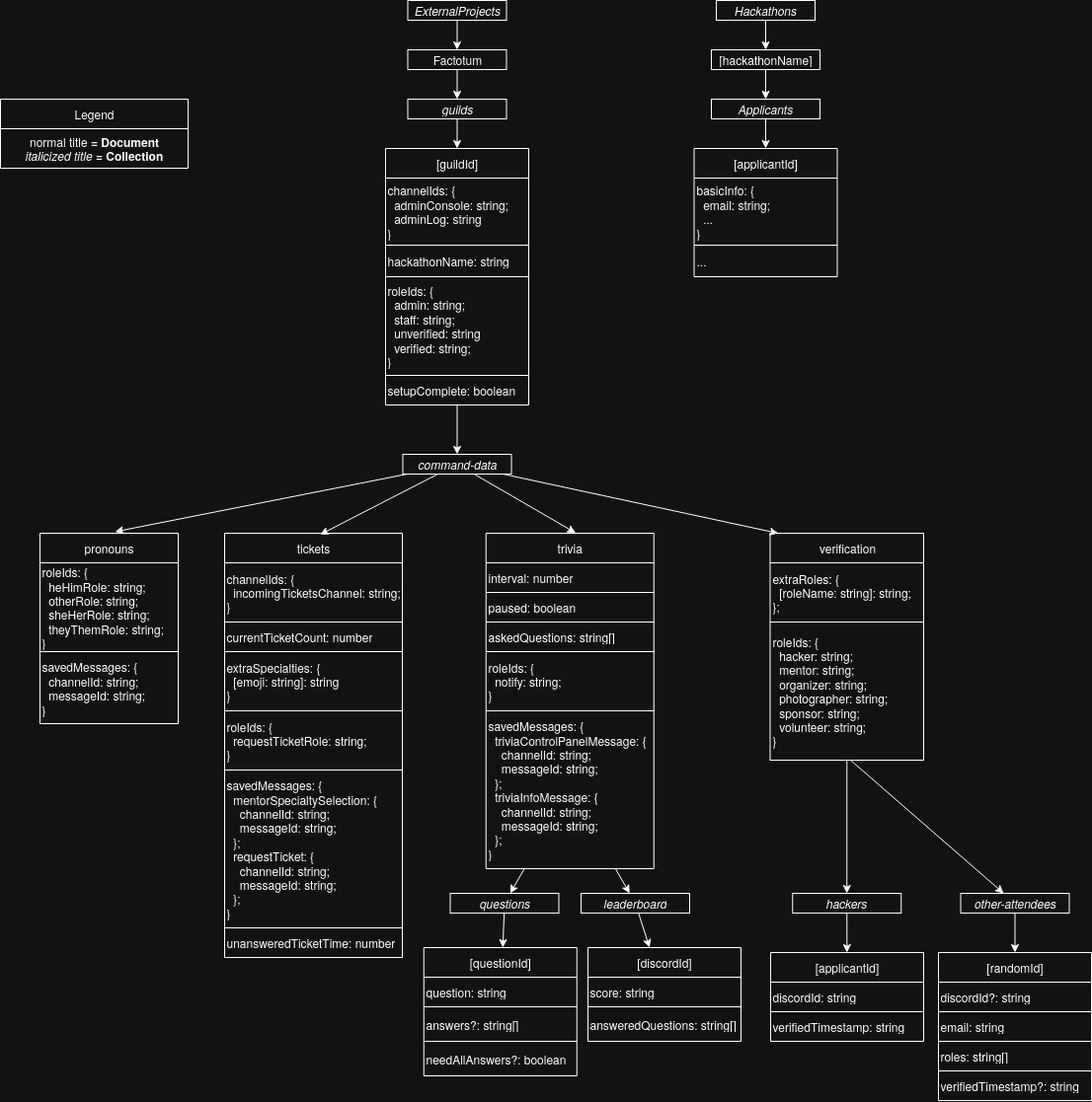
Above: SCHEMA.png in nwplus/Factotum (draw.io), before the change. Source tidied: cells renumbered, new cells last; positions are measured from the earlier drawing's top-left corner, leaving out a move shared by most shapes.
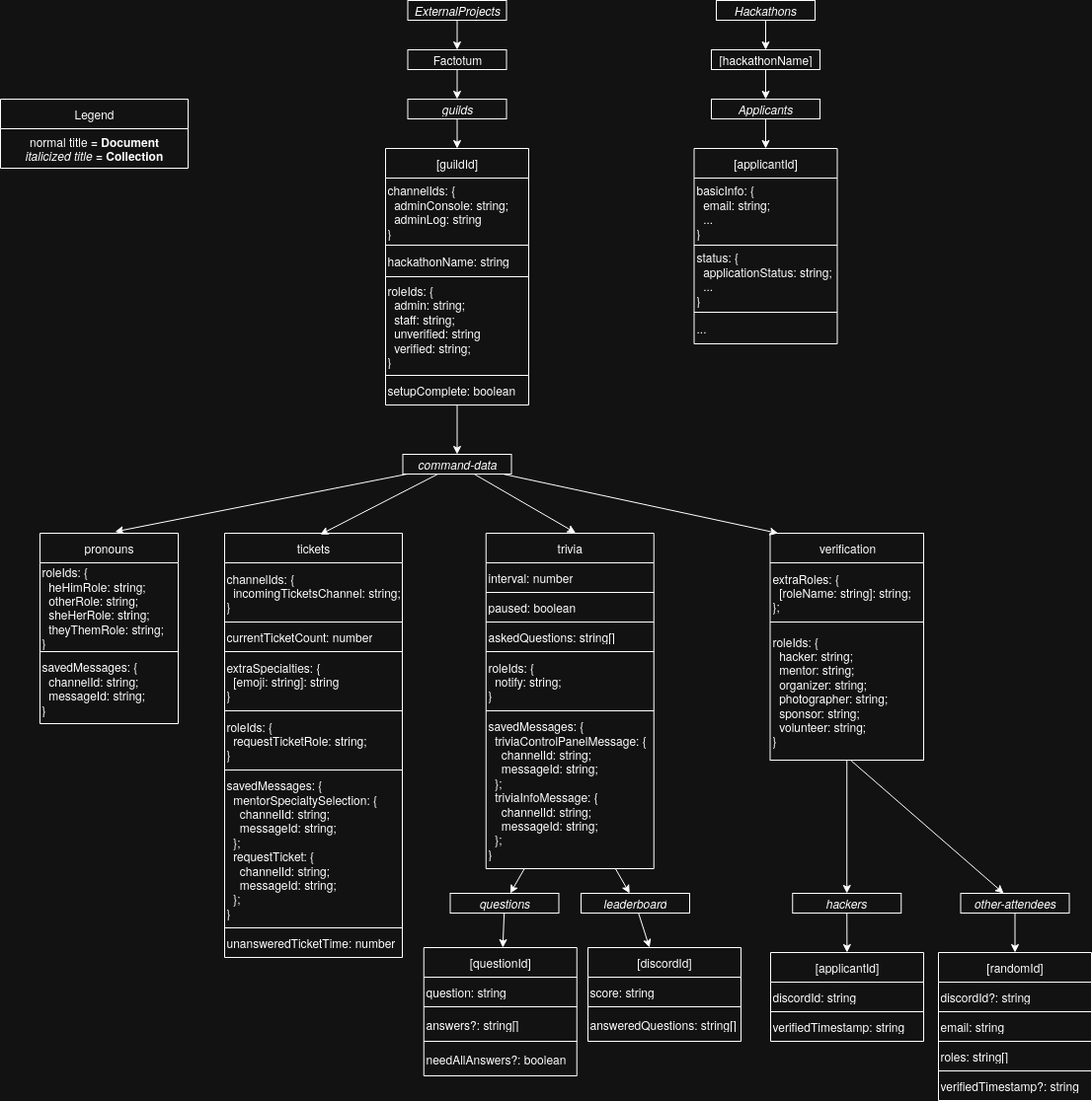
After the change.

Commit message:
Update schema diagram

What changed in the source:
```diff
@@ -378,7 +378,7 @@
       <mxGeometry relative="1" as="geometry" />
     </mxCell>
     <mxCell id="127" value="[applicantId]" style="shape=table;startSize=30;fontStyle=0;" parent="1" vertex="1">
-      <mxGeometry x="702.5" y="150" width="145" height="130" as="geometry" />
+      <mxGeometry x="702.5" y="150" width="145" height="198" as="geometry" />
     </mxCell>
     <mxCell id="128" style="shape=tableRow;horizontal=0;startSize=0;swimlaneHead=0;swimlaneBody=0;strokeColor=inherit;top=0;left=0;bottom=0;right=0;fillColor=none;" parent="127" vertex="1">
       <mxGeometry y="30" width="145" height="68" as="geometry" />
@@ -386,8 +386,14 @@
     <mxCell id="129" value="&lt;div&gt;basicInfo: {&lt;/div&gt;&lt;div&gt;&amp;nbsp; email: string;&lt;/div&gt;&lt;div&gt;&amp;nbsp; ...&lt;/div&gt;&lt;div&gt;}&lt;/div&gt;" style="shape=partialRectangle;html=1;whiteSpace=wrap;strokeColor=inherit;overflow=hidden;fillColor=none;top=0;left=0;bottom=0;right=0;align=left;" parent="128" vertex="1">
       <mxGeometry width="145" height="68" as="geometry" />
     </mxCell>
+    <mxCell id="133" style="shape=tableRow;horizontal=0;startSize=0;swimlaneHead=0;swimlaneBody=0;strokeColor=inherit;top=0;left=0;bottom=0;right=0;fillColor=none;" parent="127" vertex="1">
+      <mxGeometry y="98" width="145" height="68" as="geometry" />
+    </mxCell>
+    <mxCell id="134" value="&lt;div&gt;status: {&lt;/div&gt;&lt;div&gt;&amp;nbsp; applicationStatus: string;&lt;/div&gt;&lt;div&gt;&amp;nbsp; ...&lt;/div&gt;&lt;div&gt;}&lt;/div&gt;" style="shape=partialRectangle;html=1;whiteSpace=wrap;strokeColor=inherit;overflow=hidden;fillColor=none;top=0;left=0;bottom=0;right=0;align=left;" parent="133" vertex="1">
+      <mxGeometry width="145" height="68" as="geometry" />
+    </mxCell>
     <mxCell id="130" style="shape=tableRow;horizontal=0;startSize=0;swimlaneHead=0;swimlaneBody=0;strokeColor=inherit;top=0;left=0;bottom=0;right=0;fillColor=none;" parent="127" vertex="1">
-      <mxGeometry y="98" width="145" height="32" as="geometry" />
+      <mxGeometry y="166" width="145" height="32" as="geometry" />
     </mxCell>
     <mxCell id="131" value="..." style="shape=partialRectangle;html=1;whiteSpace=wrap;strokeColor=inherit;overflow=hidden;fillColor=none;top=0;left=0;bottom=0;right=0;align=left;" parent="130" vertex="1">
       <mxGeometry width="145" height="32" as="geometry" />
```
